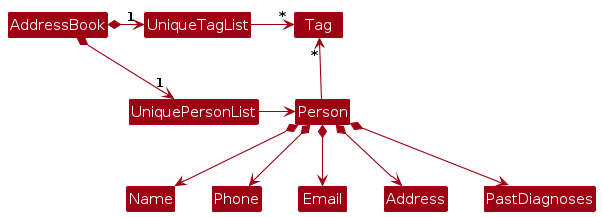
This is diagrams/BetterModelClassDiagram.png from AY2526S1-CS2103T-F11-1/tp, a PlantUML export, as it was before one commit. Its source is kept beside it as diagrams/BetterModelClassDiagram.puml.
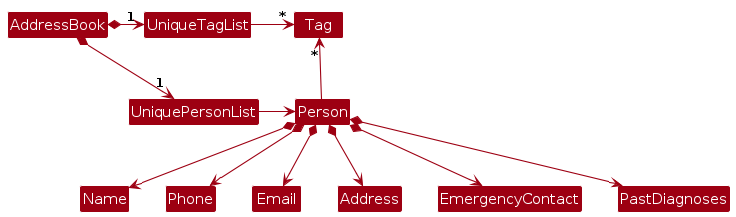
After the change.

Change to the diagram source:
```diff
@@ -18,5 +18,6 @@
 Person *--> Phone
 Person *--> Email
 Person *--> Address
+Person *--> EmergencyContact
 Person *--> PastDiagnoses
 @enduml
```
